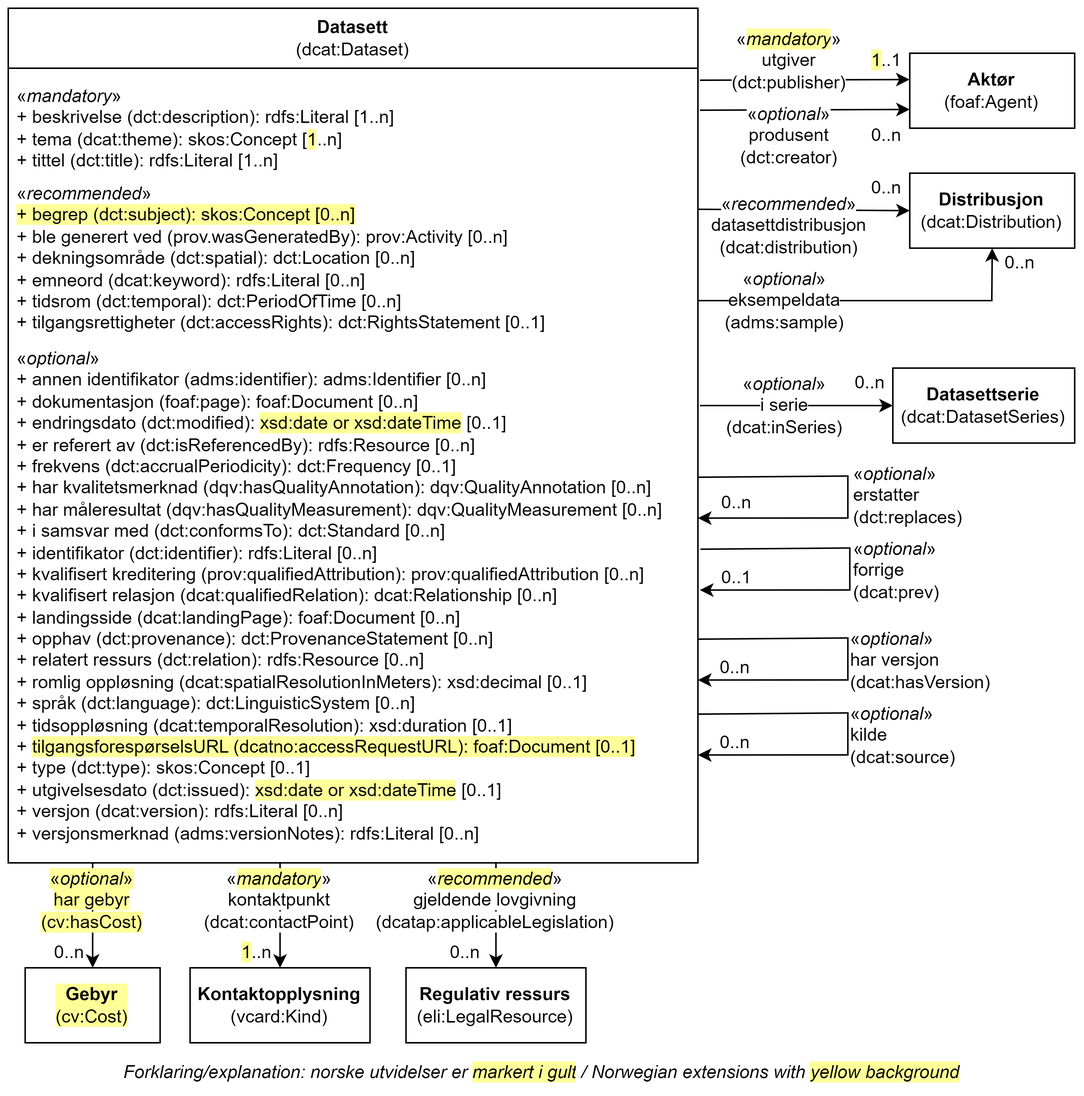
This is docs/images/Klassen-Datasett.png from Informasjonsforvaltning/dcat-ap-no, a draw.io export, as it was before one commit. Source tidied: cells renumbered, new cells last; positions are measured from the earlier drawing's top-left corner, leaving out a move shared by most shapes.
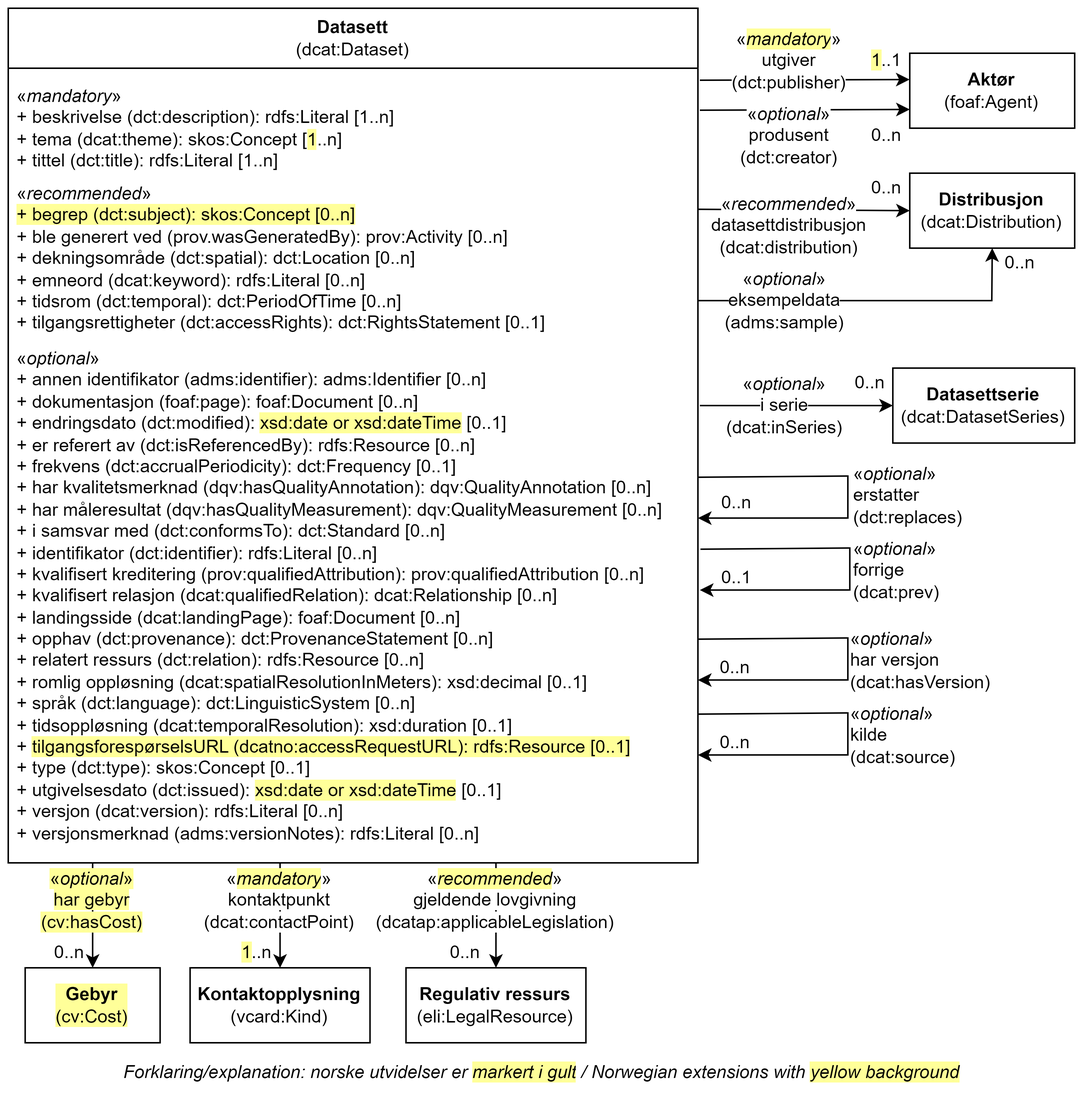
Later version of the same file.

Commit message:
accressRequstURL bør ha rdfs:Resource som range

Diff of the diagram source:
```diff
@@ -11,7 +11,7 @@
     <mxCell id="4" value="«&lt;i&gt;recommended&lt;/i&gt;»&lt;br&gt;&lt;span style=&quot;background-color: rgb(255, 255, 153);&quot;&gt;+ begrep (dct:subject): skos:Concept [0..n]&lt;/span&gt;&lt;br&gt;+ ble generert ved (prov.wasGeneratedBy): prov:Activity [0..n]&lt;br&gt;+ dekningsområde (dct:spatial): dct:Location [0..n]&lt;br&gt;+ emneord (dcat:keyword): rdfs:Literal [0..n]&lt;br&gt;+ tidsrom (dct:temporal): dct:PeriodOfTime [0..n]&lt;br&gt;+&amp;nbsp;tilgangsrettigheter (dct:accessRights):&amp;nbsp;dct:RightsStatement [0..1]" style="text;strokeColor=none;fillColor=none;align=left;verticalAlign=top;spacingLeft=4;spacingRight=4;overflow=hidden;whiteSpace=wrap;html=1;" parent="2" vertex="1">
       <mxGeometry y="110" width="430" height="110" as="geometry" />
     </mxCell>
-    <mxCell id="5" value="«&lt;i&gt;optional&lt;/i&gt;»&lt;br&gt;+ annen identifikator (adms:identifier): adms:Identifier [0..n]&lt;br&gt;+ dokumentasjon (foaf:page): foaf:Document [0..n]&lt;br&gt;+ endringsdato (dct:modified): &lt;span style=&quot;background-color: rgb(255, 255, 153);&quot;&gt;xsd:date or xsd:dateTime&lt;/span&gt; [0..1]&lt;br&gt;+ er referert av (dct:isReferencedBy): rdfs:Resource [0..n]&lt;br&gt;+ frekvens (dct:accrualPeriodicity): dct:Frequency [0..1]&lt;div&gt;+&amp;nbsp;har kvalitetsmerknad (dqv:hasQualityAnnotation):&amp;nbsp;dqv:QualityAnnotation [0..n]&lt;/div&gt;&lt;div&gt;+ har måleresultat (dqv:hasQualityMeasurement): dqv:QualityMeasurement [0..n]&lt;/div&gt;&lt;div&gt;+&amp;nbsp;i samsvar med (dct:conformsTo): dct:Standard [0..n]&lt;br&gt;+ identifikator (dct:identifier): rdfs:Literal [0..n]&lt;br&gt;+ kvalifisert kreditering (prov:qualifiedAttribution): prov:qualifiedAttribution [0..n]&lt;br&gt;+ kvalifisert relasjon (dcat:qualifiedRelation): dcat:Relationship [0..n]&lt;br&gt;+ landingsside (dcat:landingPage): foaf:Document [0..n]&lt;br&gt;+ opphav (dct:provenance): dct:ProvenanceStatement [0..n]&lt;br&gt;+ relatert ressurs (dct:relation): rdfs:Resource [0..n]&lt;br&gt;+ romlig oppløsning (dcat:spatialResolutionInMeters): xsd:decimal [0..1]&lt;br&gt;+ språk (dct:language): dct:LinguisticSystem [0..n]&lt;br&gt;+ tidsoppløsning (dcat:temporalResolution): xsd:duration [0..1]&lt;br&gt;+&amp;nbsp;&lt;span style=&quot;background-color: rgb(255, 255, 153);&quot;&gt;tilgangsforespørselsURL (dcatno:accessRequestURL): foaf:Document [0..1]&lt;/span&gt;&lt;br&gt;+ type (dct:type): skos:Concept [0..1]&lt;/div&gt;&lt;div&gt;+ utgivelsesdato (dct:issued): &lt;span style=&quot;background-color: rgb(255, 255, 153);&quot;&gt;xsd:date or xsd:dateTime&lt;/span&gt; [0..1]&lt;br&gt;+ versjon (dcat:version): rdfs:Literal [0..n]&lt;br&gt;+ versjonsmerknad (adms:versionNotes): rdfs:Literal [0..n]&lt;/div&gt;" style="text;strokeColor=none;fillColor=none;align=left;verticalAlign=top;spacingLeft=4;spacingRight=4;overflow=hidden;whiteSpace=wrap;html=1;" parent="2" vertex="1">
+    <mxCell id="5" value="«&lt;i&gt;optional&lt;/i&gt;»&lt;br&gt;+ annen identifikator (adms:identifier): adms:Identifier [0..n]&lt;br&gt;+ dokumentasjon (foaf:page): foaf:Document [0..n]&lt;br&gt;+ endringsdato (dct:modified): &lt;span style=&quot;background-color: rgb(255, 255, 153);&quot;&gt;xsd:date or xsd:dateTime&lt;/span&gt; [0..1]&lt;br&gt;+ er referert av (dct:isReferencedBy): rdfs:Resource [0..n]&lt;br&gt;+ frekvens (dct:accrualPeriodicity): dct:Frequency [0..1]&lt;div&gt;+&amp;nbsp;har kvalitetsmerknad (dqv:hasQualityAnnotation):&amp;nbsp;dqv:QualityAnnotation [0..n]&lt;/div&gt;&lt;div&gt;+ har måleresultat (dqv:hasQualityMeasurement): dqv:QualityMeasurement [0..n]&lt;/div&gt;&lt;div&gt;+&amp;nbsp;i samsvar med (dct:conformsTo): dct:Standard [0..n]&lt;br&gt;+ identifikator (dct:identifier): rdfs:Literal [0..n]&lt;br&gt;+ kvalifisert kreditering (prov:qualifiedAttribution): prov:qualifiedAttribution [0..n]&lt;br&gt;+ kvalifisert relasjon (dcat:qualifiedRelation): dcat:Relationship [0..n]&lt;br&gt;+ landingsside (dcat:landingPage): foaf:Document [0..n]&lt;br&gt;+ opphav (dct:provenance): dct:ProvenanceStatement [0..n]&lt;br&gt;+ relatert ressurs (dct:relation): rdfs:Resource [0..n]&lt;br&gt;+ romlig oppløsning (dcat:spatialResolutionInMeters): xsd:decimal [0..1]&lt;br&gt;+ språk (dct:language): dct:LinguisticSystem [0..n]&lt;br&gt;+ tidsoppløsning (dcat:temporalResolution): xsd:duration [0..1]&lt;br&gt;+&amp;nbsp;&lt;span style=&quot;background-color: rgb(255, 255, 153);&quot;&gt;tilgangsforespørselsURL (dcatno:accessRequestURL): rdfs:Resource [0..1]&lt;/span&gt;&lt;br&gt;+ type (dct:type): skos:Concept [0..1]&lt;/div&gt;&lt;div&gt;+ utgivelsesdato (dct:issued): &lt;span style=&quot;background-color: rgb(255, 255, 153);&quot;&gt;xsd:date or xsd:dateTime&lt;/span&gt; [0..1]&lt;br&gt;+ versjon (dcat:version): rdfs:Literal [0..n]&lt;br&gt;+ versjonsmerknad (adms:versionNotes): rdfs:Literal [0..n]&lt;/div&gt;" style="text;strokeColor=none;fillColor=none;align=left;verticalAlign=top;spacingLeft=4;spacingRight=4;overflow=hidden;whiteSpace=wrap;html=1;" parent="2" vertex="1">
       <mxGeometry y="220" width="450" height="340" as="geometry" />
     </mxCell>
     <mxCell id="6" value="&lt;b&gt;Aktør&lt;/b&gt;&lt;br&gt;(foaf:Agent)" style="html=1;whiteSpace=wrap;" parent="1" vertex="1">
```
